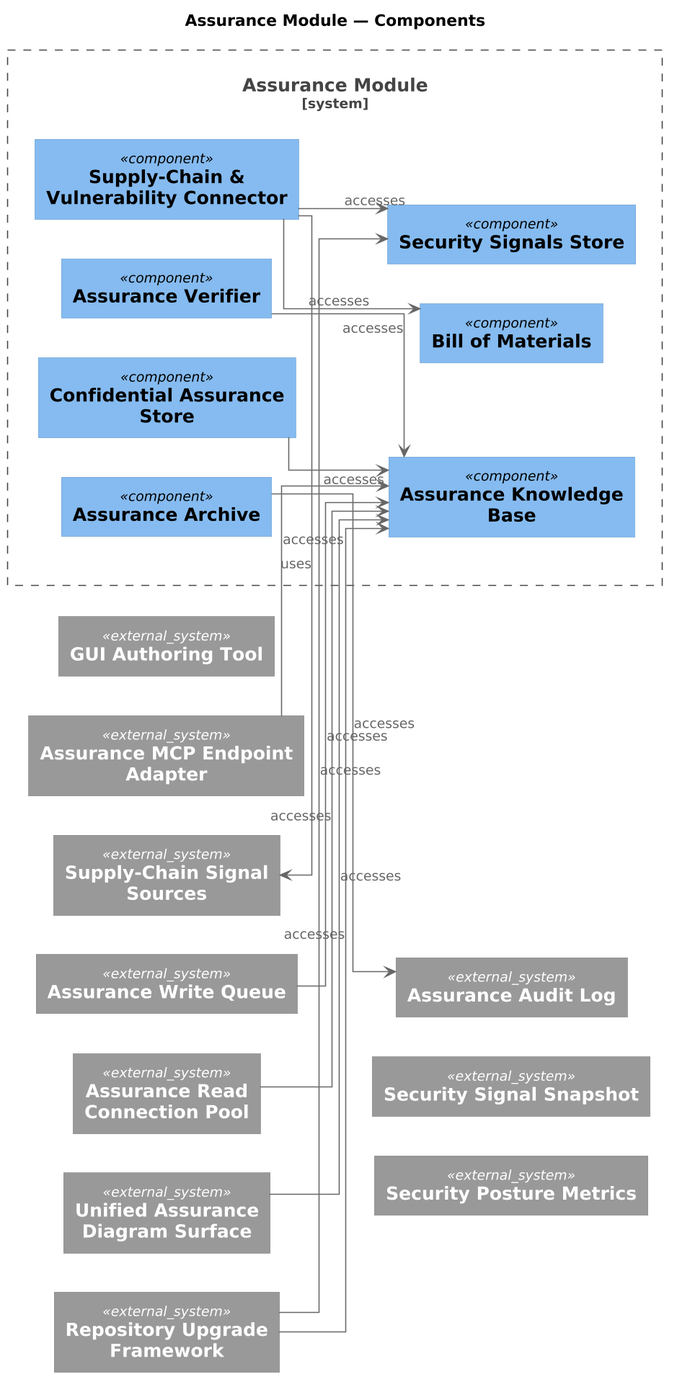
mbauer83/architectonic keeps this PlantUML diagram as engagements/ENG-ARCH-REPO/architecture-repository/diagram-catalog/rendered/assurance/CC@1780829796.SOoZQh.assurance-module-components.png. Above is the earlier version. The source it was exported from:
```plantuml
@startuml
skinparamlocked dpi 150
!include <C4/C4_Component>
left to right direction
skinparam shadowing false
skinparam linetype ortho
skinparam defaultTextAlignment center
skinparam wrapWidth 240
skinparam maxMessageSize 240

title Assurance Module — Components

System_Boundary(GRP_rW_2nX, "Assurance Module") {
  Component(APP_E0fzqZ, "Confidential Assurance Store", "")
  Component(APP_GnsLC8, "Assurance Archive", "")
  Component(APP_XFD85E, "Assurance Verifier", "")
  Component(APP_e2zPs6, "Supply-Chain & Vulnerability Connector", "")
  Component(DOB_ApaPcg, "Assurance Knowledge Base", "")
  Component(DOB_dRnK_o, "Bill of Materials", "")
  Component(DOB_p04R7k, "Security Signals Store", "")
  APP_E0fzqZ -[hidden]right- APP_GnsLC8
  APP_GnsLC8 -[hidden]right- APP_XFD85E
  APP_XFD85E -[hidden]right- APP_e2zPs6
  APP_e2zPs6 -[hidden]right- DOB_ApaPcg
  DOB_ApaPcg -[hidden]right- DOB_dRnK_o
  DOB_dRnK_o -[hidden]right- DOB_p04R7k

}

System_Ext(APP_lmO0mp, "GUI Authoring Tool")
System_Ext(APP_m_U5S1, "Assurance MCP Endpoint Adapter")
System_Ext(APP_JqIBPJ, "Supply-Chain Signal Sources")
System_Ext(APP_uTC8zx, "Assurance Write Queue")
System_Ext(APP_XWVKAX, "Assurance Read Connection Pool")
System_Ext(APP_KqDjXG, "Unified Assurance Diagram Surface")
System_Ext(APP_OZbaBh, "Repository Upgrade Framework")
System_Ext(DOB_H_xFye, "Assurance Audit Log")
System_Ext(DOB_IU4RE4, "Security Signal Snapshot")
System_Ext(DOB_6ruT_G, "Security Posture Metrics")

GRP_rW_2nX -[hidden]right- APP_lmO0mp
APP_lmO0mp -[hidden]right- APP_m_U5S1
APP_m_U5S1 -[hidden]right- APP_JqIBPJ
APP_JqIBPJ -[hidden]right- APP_uTC8zx
APP_uTC8zx -[hidden]right- APP_XWVKAX
APP_XWVKAX -[hidden]right- APP_KqDjXG
APP_KqDjXG -[hidden]right- APP_OZbaBh
APP_OZbaBh -[hidden]right- DOB_H_xFye
DOB_H_xFye -[hidden]right- DOB_IU4RE4
DOB_IU4RE4 -[hidden]right- DOB_6ruT_G


APP_m_U5S1 --> DOB_ApaPcg : accesses
APP_E0fzqZ --> DOB_ApaPcg : accesses
APP_GnsLC8 --> DOB_H_xFye : accesses
APP_XFD85E --> DOB_ApaPcg : accesses
APP_e2zPs6 --> DOB_dRnK_o : accesses
APP_e2zPs6 --> DOB_p04R7k : accesses
APP_e2zPs6 --> APP_JqIBPJ : uses
APP_uTC8zx --> DOB_ApaPcg : accesses
APP_XWVKAX --> DOB_ApaPcg : accesses
APP_KqDjXG --> DOB_ApaPcg : accesses
APP_OZbaBh --> DOB_ApaPcg : accesses
APP_OZbaBh --> DOB_p04R7k : accesses
@enduml
```
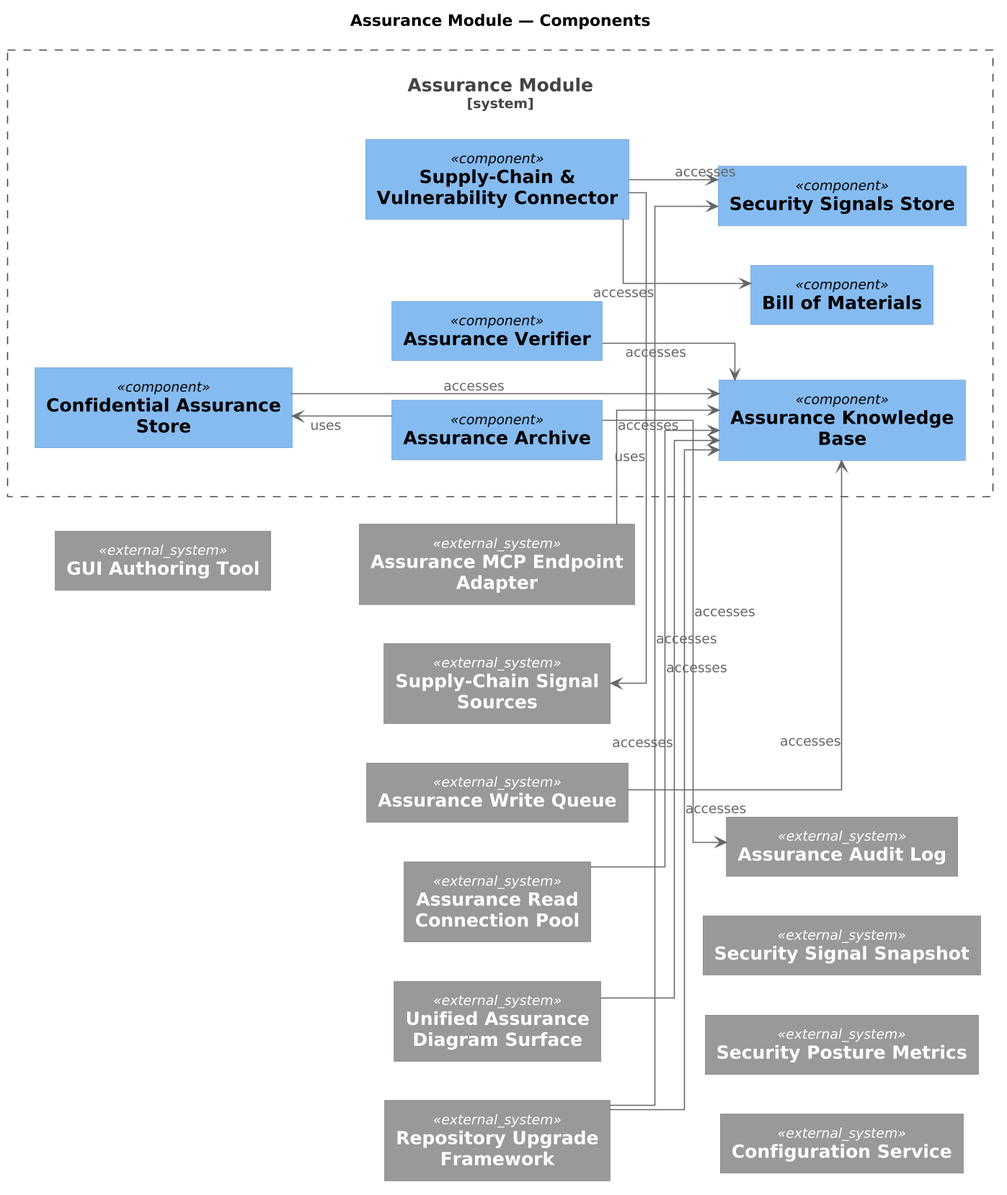
The same file after the commit.

Change to the diagram source:
```diff
@@ -37,6 +37,7 @@
 System_Ext(DOB_H_xFye, "Assurance Audit Log")
 System_Ext(DOB_IU4RE4, "Security Signal Snapshot")
 System_Ext(DOB_6ruT_G, "Security Posture Metrics")
+System_Ext(SRV_e5MCiF, "Configuration Service")
 
 GRP_rW_2nX -[hidden]right- APP_lmO0mp
 APP_lmO0mp -[hidden]right- APP_m_U5S1
@@ -48,9 +49,11 @@
 APP_OZbaBh -[hidden]right- DOB_H_xFye
 DOB_H_xFye -[hidden]right- DOB_IU4RE4
 DOB_IU4RE4 -[hidden]right- DOB_6ruT_G
+DOB_6ruT_G -[hidden]right- SRV_e5MCiF
 
 
 APP_m_U5S1 --> DOB_ApaPcg : accesses
+APP_GnsLC8 --> APP_E0fzqZ : uses
 APP_E0fzqZ --> DOB_ApaPcg : accesses
 APP_GnsLC8 --> DOB_H_xFye : accesses
 APP_XFD85E --> DOB_ApaPcg : accesses
```
